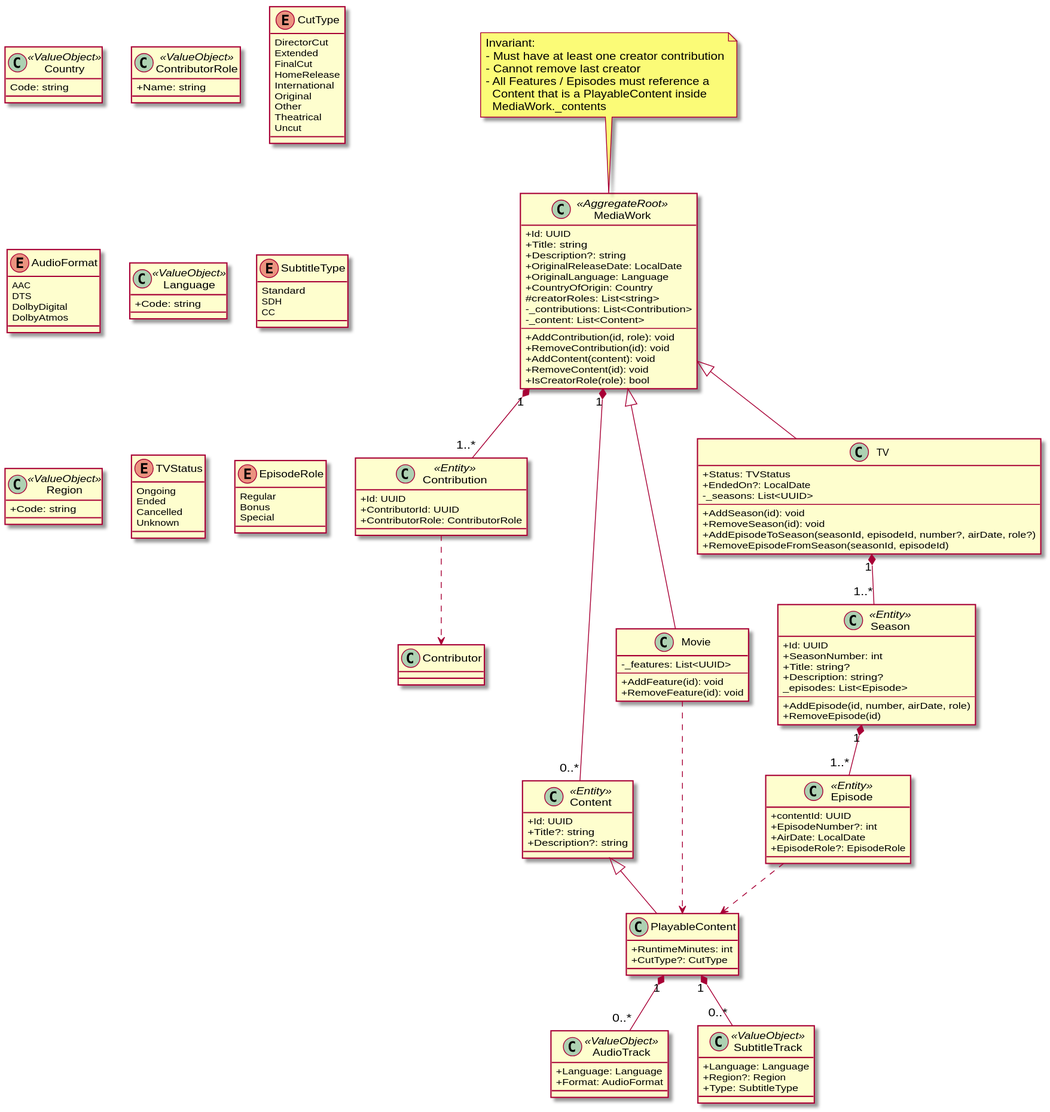
Earlier version of the PlantUML export docs/diagrams/domain/media_work.domain.svg (yantue/colleq).
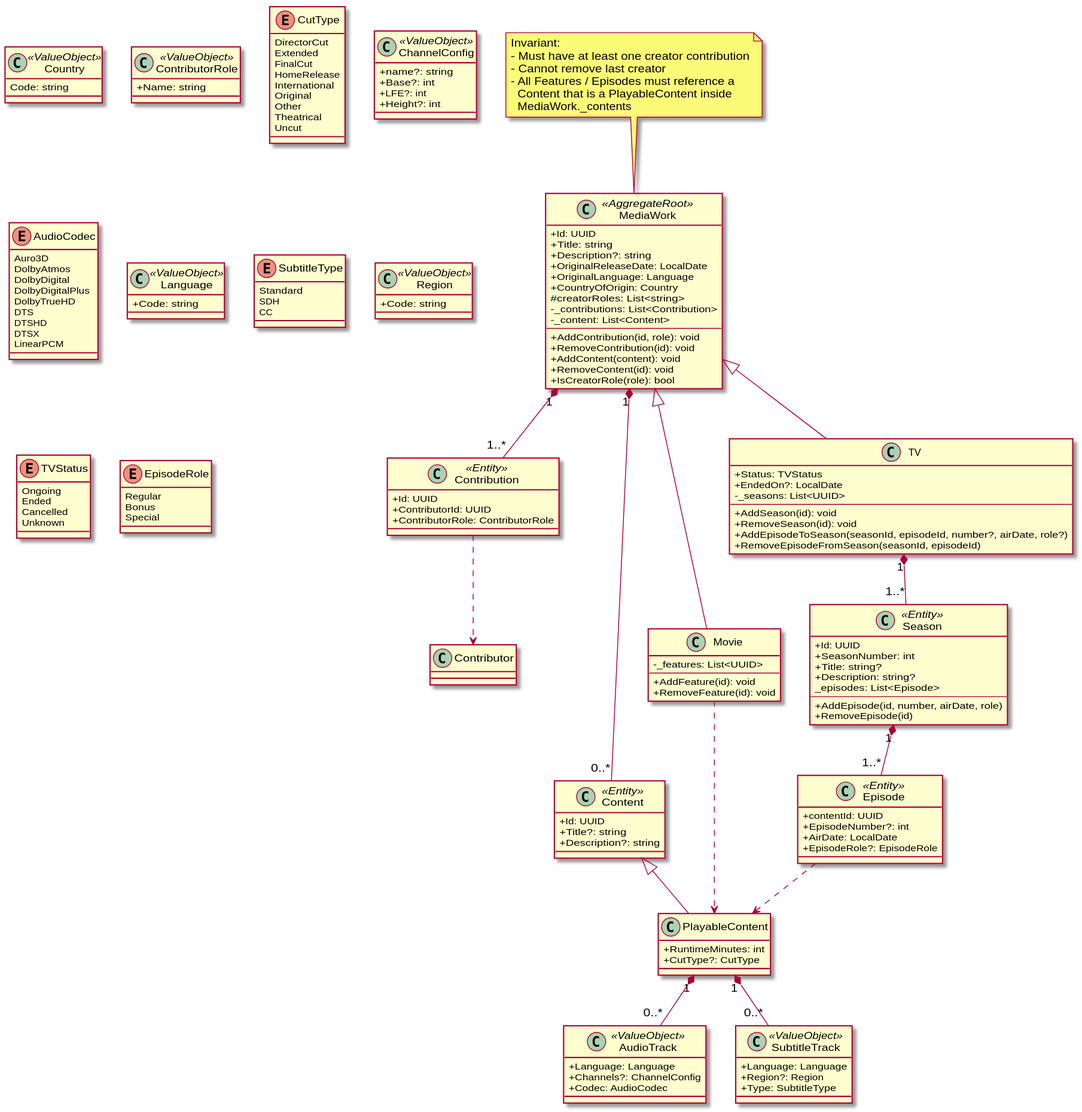
The same diagram one commit later.

What changed in the source:
```diff
@@ -73,14 +73,27 @@
 
 class AudioTrack <<ValueObject>> {
     +Language: Language
-    +Format: AudioFormat
+    +Channels?: ChannelConfig
+    +Codec: AudioCodec
 }
 
-enum AudioFormat {
-    AAC
+class ChannelConfig <<ValueObject>> {
+    +name?: string
+    +Base?: int
+    +LFE?: int
+    +Height?: int
+}
+
+enum AudioCodec {
+    Auro3D
+    DolbyAtmos
+    DolbyDigital
+    DolbyDigitalPlus
+    DolbyTrueHD
     DTS
-    DolbyDigital
-    DolbyAtmos
+    DTSHD
+    DTSX
+    LinearPCM
 }
 
 class Language <<ValueObject>> {
```
